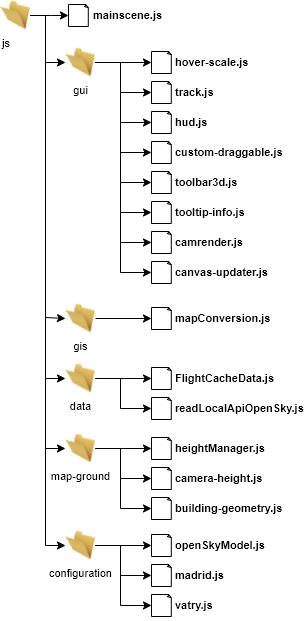
djprano/AFrameTFG keeps this draw.io diagram as memoria/img/ficheros.drawio.png. Above is the earlier version. Source tidied: cells renumbered, new cells last; positions are measured from the earlier drawing's top-left corner, leaving out a move shared by most shapes.
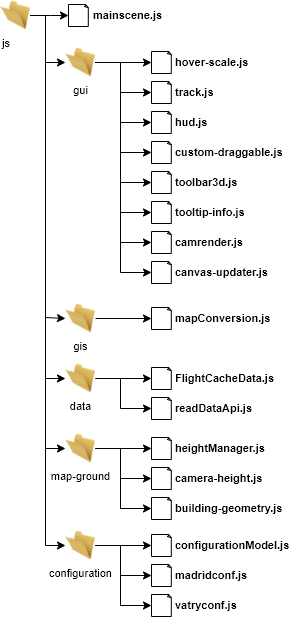
The same diagram one commit later.

Diff of the diagram source:
```diff
@@ -187,7 +187,7 @@
     <mxCell id="39" style="whiteSpace=wrap;html=1;shape=mxgraph.basic.document;verticalAlign=middle;" parent="1" vertex="1">
       <mxGeometry x="151" y="397" width="20" height="22" as="geometry" />
     </mxCell>
-    <mxCell id="40" value="readLocalApiOpenSky.js" style="text;html=1;strokeColor=none;fillColor=none;align=left;verticalAlign=middle;whiteSpace=wrap;rounded=0;fontStyle=1;fontSize=11;" parent="1" vertex="1">
+    <mxCell id="40" value="readDataApi.js" style="text;html=1;strokeColor=none;fillColor=none;align=left;verticalAlign=middle;whiteSpace=wrap;rounded=0;fontStyle=1;fontSize=11;" parent="1" vertex="1">
       <mxGeometry x="173" y="393" width="90" height="30" as="geometry" />
     </mxCell>
     <mxCell id="41" style="edgeStyle=orthogonalEdgeStyle;rounded=0;jettySize=auto;html=1;exitX=1;exitY=0.5;exitDx=0;exitDy=0;entryX=0;entryY=0.5;entryDx=0;entryDy=0;entryPerimeter=0;" parent="1" edge="1" source="44" target="45">
@@ -255,19 +255,19 @@
     <mxCell id="55" style="whiteSpace=wrap;html=1;shape=mxgraph.basic.document;verticalAlign=middle;" parent="1" vertex="1">
       <mxGeometry x="151" y="534" width="20" height="22" as="geometry" />
     </mxCell>
-    <mxCell id="56" value="openSkyModel.js" style="text;html=1;strokeColor=none;fillColor=none;align=left;verticalAlign=middle;whiteSpace=wrap;rounded=0;fontStyle=1;fontSize=11;" parent="1" vertex="1">
+    <mxCell id="56" value="configurationModel.js" style="text;html=1;strokeColor=none;fillColor=none;align=left;verticalAlign=middle;whiteSpace=wrap;rounded=0;fontStyle=1;fontSize=11;" parent="1" vertex="1">
       <mxGeometry x="173" y="530" width="90" height="30" as="geometry" />
     </mxCell>
     <mxCell id="57" style="whiteSpace=wrap;html=1;shape=mxgraph.basic.document;verticalAlign=middle;" parent="1" vertex="1">
       <mxGeometry x="151" y="564" width="20" height="22" as="geometry" />
     </mxCell>
-    <mxCell id="58" value="madrid.js" style="text;html=1;strokeColor=none;fillColor=none;align=left;verticalAlign=middle;whiteSpace=wrap;rounded=0;fontStyle=1;fontSize=11;" parent="1" vertex="1">
+    <mxCell id="58" value="madridconf.js" style="text;html=1;strokeColor=none;fillColor=none;align=left;verticalAlign=middle;whiteSpace=wrap;rounded=0;fontStyle=1;fontSize=11;" parent="1" vertex="1">
       <mxGeometry x="173" y="560" width="90" height="30" as="geometry" />
     </mxCell>
     <mxCell id="59" style="whiteSpace=wrap;html=1;shape=mxgraph.basic.document;verticalAlign=middle;" parent="1" vertex="1">
       <mxGeometry x="151" y="594" width="20" height="22" as="geometry" />
     </mxCell>
-    <mxCell id="60" value="vatry.js" style="text;html=1;strokeColor=none;fillColor=none;align=left;verticalAlign=middle;whiteSpace=wrap;rounded=0;fontStyle=1;fontSize=11;" parent="1" vertex="1">
+    <mxCell id="60" value="vatryconf.js" style="text;html=1;strokeColor=none;fillColor=none;align=left;verticalAlign=middle;whiteSpace=wrap;rounded=0;fontStyle=1;fontSize=11;" parent="1" vertex="1">
       <mxGeometry x="173" y="590" width="90" height="30" as="geometry" />
     </mxCell>
     <mxCell id="61" style="whiteSpace=wrap;html=1;shape=mxgraph.basic.document;verticalAlign=middle;" parent="1" vertex="1">
```
